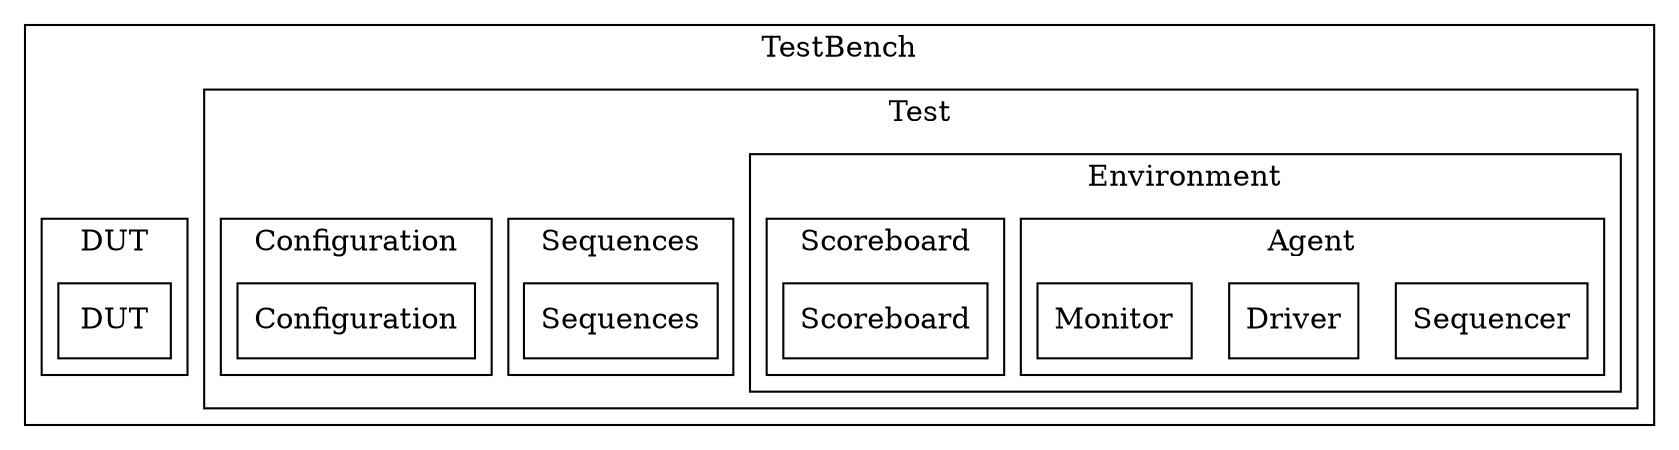
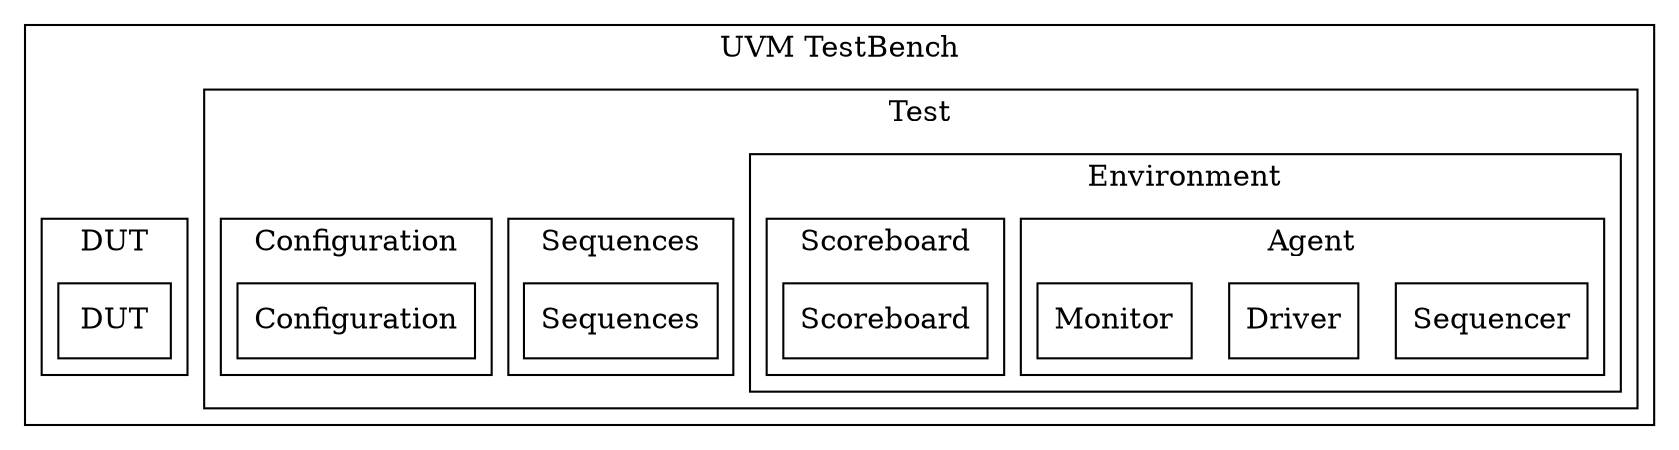
digraph Project {
  // Introduction
  graph [rankdir = TB, splines=ortho];
  node[shape=record];

  // Blocks
-   subgraph "cluster TestBench" { label = "TestBench";
+   subgraph "cluster TestBench" { label = "UVM TestBench";
    subgraph "cluster Test" { label = "Test";
      subgraph "cluster Environment" { label = "Environment";
        subgraph "cluster Agent" { label = "Agent";
          Sequencer[shape=box, label="Sequencer"];
          Driver[shape=box, label="Driver"];
          Monitor[shape=box, label="Monitor"];
        }
        subgraph "cluster Scoreboard" { label = "Scoreboard";
          Scoreboard[shape=box, label="Scoreboard"];
        }
      }
      subgraph "cluster Sequences" { label = "Sequences";
        Sequences[shape=box, label="Sequences"];
      }
      subgraph "cluster Configuration" { label = "Configuration";
        Configuration[shape=box, label="Configuration"];
      }
    }
    subgraph "cluster DUT" { label = "DUT";
      DUT[shape=box, label="DUT"];
    }
  }

  // Sequence
}
